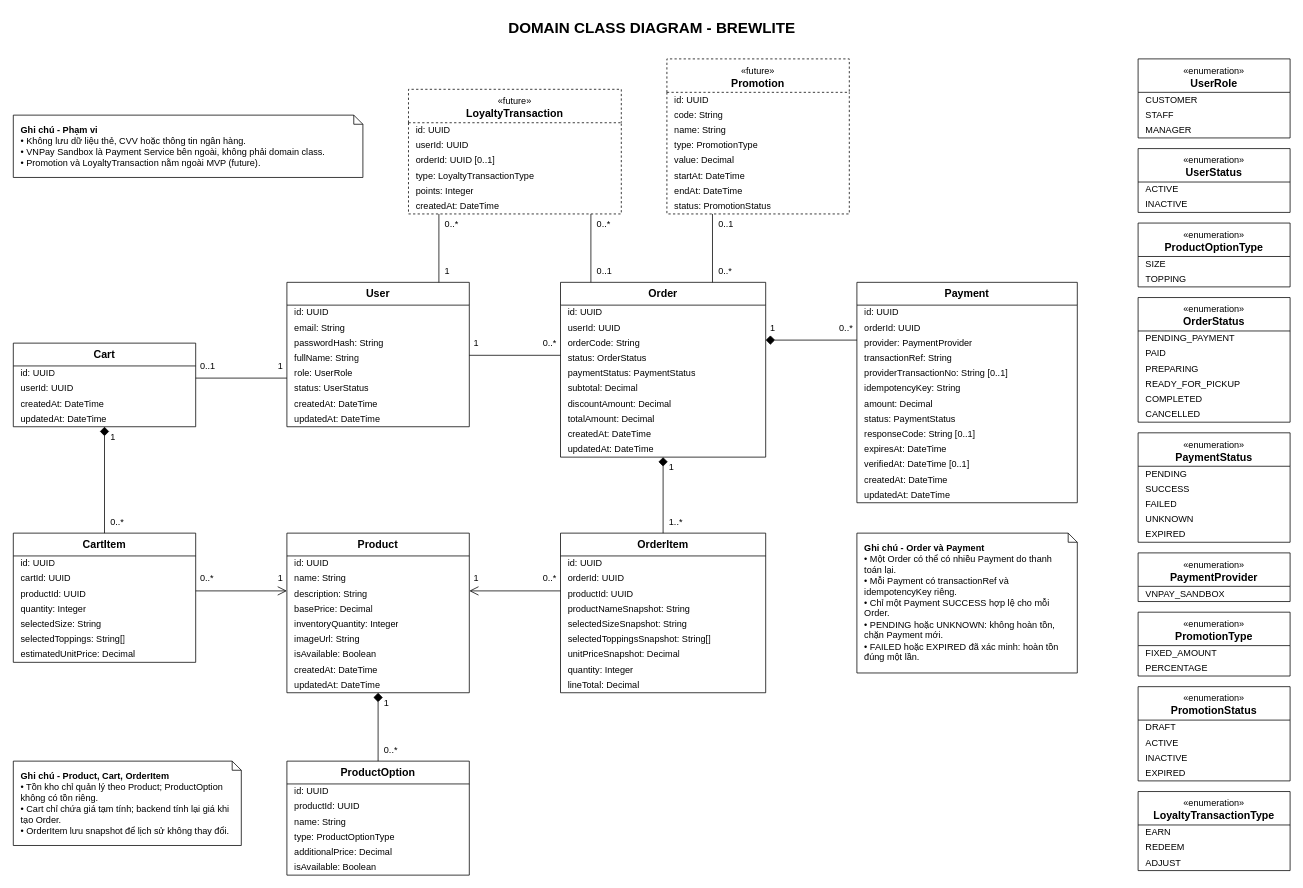
This is docs/diagrams/sources/domain-class.drawio from mhien06/BrewLite_A2, a draw.io file, before an edit. Source tidied: cells renumbered, new cells numbered last; positions are measured from the earlier drawing's top-left corner, leaving out a move shared by most shapes. Both pictures are drawn from the tidied source at 76%, with x=0, y=0 at pixel (13, 13).
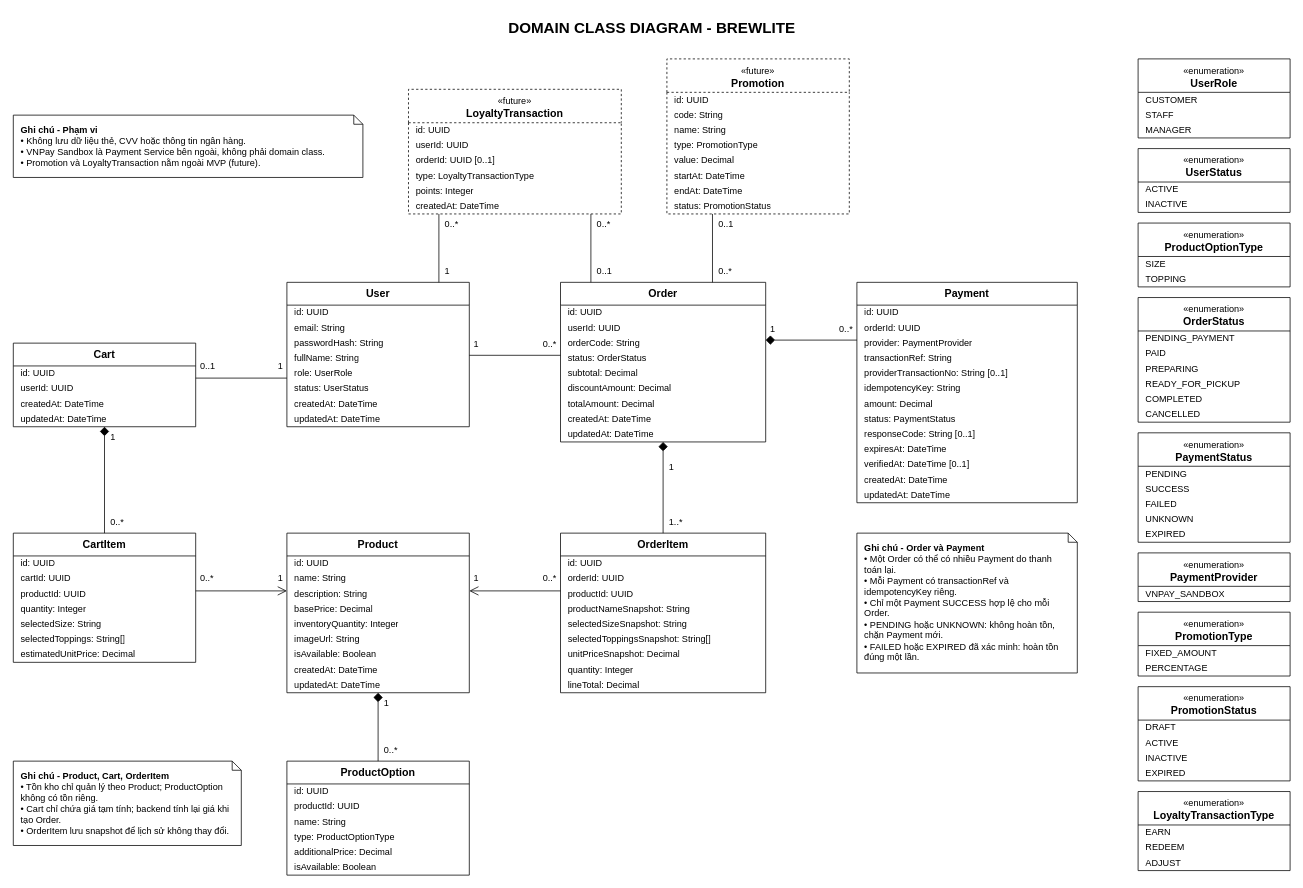
The same page after the edit.

Commit message (it also covers changes not shown here):
docs(task2.3): address domain class review feedback

Unchanged cells that the change refers to:
```xml
<mxCell id="3" value="User" style="swimlane;fontStyle=1;align=center;verticalAlign=top;horizontal=1;startSize=30;whiteSpace=wrap;html=1;fillColor=#FFFFFF;swimlaneFillColor=#FFFFFF;strokeColor=#000000;fontColor=#000000;fontSize=14;" parent="1" vertex="1">
  <mxGeometry x="360" y="354" width="240" height="190" as="geometry" />
</mxCell>
<mxCell id="63" value="Payment" style="swimlane;fontStyle=1;align=center;verticalAlign=top;horizontal=1;startSize=30;whiteSpace=wrap;html=1;fillColor=#FFFFFF;swimlaneFillColor=#FFFFFF;strokeColor=#000000;fontColor=#000000;fontSize=14;" parent="1" vertex="1">
  <mxGeometry x="1110" y="354" width="290" height="290" as="geometry" />
</mxCell>
```

Diff of the diagram source:
```diff
@@
     <mxCell id="42" value="Order" style="swimlane;fontStyle=1;align=center;verticalAlign=top;horizontal=1;startSize=30;whiteSpace=wrap;html=1;fillColor=#FFFFFF;swimlaneFillColor=#FFFFFF;strokeColor=#000000;fontColor=#000000;fontSize=14;" parent="1" vertex="1">
-      <mxGeometry x="720" y="354" width="270" height="230" as="geometry" />
+      <mxGeometry x="720" y="354" width="270" height="210" as="geometry" />
     </mxCell>
@@
-    <mxCell id="47" value="paymentStatus: PaymentStatus" style="text;strokeColor=none;fillColor=none;align=left;verticalAlign=middle;spacingLeft=8;spacingRight=4;overflow=hidden;whiteSpace=nowrap;html=1;fontSize=12;fontColor=#000000;" parent="42" vertex="1">
-      <mxGeometry y="110" width="270" height="20" as="geometry" />
-    </mxCell>
     <mxCell id="48" value="subtotal: Decimal" style="text;strokeColor=none;fillColor=none;align=left;verticalAlign=middle;spacingLeft=8;spacingRight=4;overflow=hidden;whiteSpace=nowrap;html=1;fontSize=12;fontColor=#000000;" parent="42" vertex="1">
-      <mxGeometry y="130" width="270" height="20" as="geometry" />
+      <mxGeometry y="110" width="270" height="20" as="geometry" />
     </mxCell>
     <mxCell id="49" value="discountAmount: Decimal" style="text;strokeColor=none;fillColor=none;align=left;verticalAlign=middle;spacingLeft=8;spacingRight=4;overflow=hidden;whiteSpace=nowrap;html=1;fontSize=12;fontColor=#000000;" parent="42" vertex="1">
-      <mxGeometry y="150" width="270" height="20" as="geometry" />
+      <mxGeometry y="130" width="270" height="20" as="geometry" />
     </mxCell>
     <mxCell id="50" value="totalAmount: Decimal" style="text;strokeColor=none;fillColor=none;align=left;verticalAlign=middle;spacingLeft=8;spacingRight=4;overflow=hidden;whiteSpace=nowrap;html=1;fontSize=12;fontColor=#000000;" parent="42" vertex="1">
-      <mxGeometry y="170" width="270" height="20" as="geometry" />
+      <mxGeometry y="150" width="270" height="20" as="geometry" />
     </mxCell>
     <mxCell id="51" value="createdAt: DateTime" style="text;strokeColor=none;fillColor=none;align=left;verticalAlign=middle;spacingLeft=8;spacingRight=4;overflow=hidden;whiteSpace=nowrap;html=1;fontSize=12;fontColor=#000000;" parent="42" vertex="1">
-      <mxGeometry y="190" width="270" height="20" as="geometry" />
+      <mxGeometry y="170" width="270" height="20" as="geometry" />
     </mxCell>
     <mxCell id="52" value="updatedAt: DateTime" style="text;strokeColor=none;fillColor=none;align=left;verticalAlign=middle;spacingLeft=8;spacingRight=4;overflow=hidden;whiteSpace=nowrap;html=1;fontSize=12;fontColor=#000000;" parent="42" vertex="1">
-      <mxGeometry y="210" width="270" height="20" as="geometry" />
+      <mxGeometry y="190" width="270" height="20" as="geometry" />
     </mxCell>
@@
-    <mxCell id="137" style="html=1;rounded=0;strokeColor=#000000;strokeWidth=1;startArrow=none;endArrow=none;exitX=1;exitY=0.505263;exitDx=0;exitDy=0;exitPerimeter=0;entryX=0;entryY=0.417391;entryDx=0;entryDy=0;entryPerimeter=0;" parent="1" edge="1" source="3" target="42">
-      <mxGeometry relative="1" as="geometry" />
+    <mxCell id="137" style="html=1;rounded=0;strokeColor=#000000;strokeWidth=1;startArrow=none;endArrow=none;exitX=1;exitY=0.505263;exitDx=0;exitDy=0;exitPerimeter=0;" parent="1" edge="1" source="3">
+      <mxGeometry relative="1" as="geometry">
+        <mxPoint x="720" y="450" as="targetPoint" />
+      </mxGeometry>
     </mxCell>
@@
-    <mxCell id="140" style="html=1;rounded=0;strokeColor=#000000;strokeWidth=1;startArrow=diamond;startFill=1;startSize=10;endArrow=none;exitX=1;exitY=0.330435;exitDx=0;exitDy=0;exitPerimeter=0;entryX=0;entryY=0.262069;entryDx=0;entryDy=0;entryPerimeter=0;" parent="1" edge="1" source="42" target="63">
-      <mxGeometry relative="1" as="geometry" />
+    <mxCell id="140" style="html=1;rounded=0;strokeColor=#000000;strokeWidth=1;startArrow=diamond;startFill=1;startSize=10;endArrow=none;entryX=0;entryY=0.262069;entryDx=0;entryDy=0;entryPerimeter=0;" parent="1" edge="1" target="63">
+      <mxGeometry relative="1" as="geometry">
+        <mxPoint x="990" y="430" as="sourcePoint" />
+      </mxGeometry>
     </mxCell>
@@
     <mxCell id="152" value="1" style="text;html=1;strokeColor=none;fillColor=none;align=left;verticalAlign=middle;whiteSpace=nowrap;overflow=visible;spacing=0;spacingLeft=0;spacingRight=0;fontSize=12;fontColor=#000000;" parent="1" vertex="1">
-      <mxGeometry x="606" y="426" width="18" height="16" as="geometry" />
+      <mxGeometry x="606" y="428" width="18" height="16" as="geometry" />
     </mxCell>
     <mxCell id="153" value="0..*" style="text;html=1;strokeColor=none;fillColor=none;align=right;verticalAlign=middle;whiteSpace=nowrap;overflow=visible;spacing=0;spacingLeft=0;spacingRight=0;fontSize=12;fontColor=#000000;" parent="1" vertex="1">
-      <mxGeometry x="678" y="426" width="36" height="16" as="geometry" />
+      <mxGeometry x="678" y="428" width="36" height="16" as="geometry" />
     </mxCell>
@@
     <mxCell id="158" value="1" style="text;html=1;strokeColor=none;fillColor=none;align=left;verticalAlign=middle;whiteSpace=nowrap;overflow=visible;spacing=0;spacingLeft=0;spacingRight=0;fontSize=12;fontColor=#000000;" parent="1" vertex="1">
-      <mxGeometry x="996" y="406" width="18" height="16" as="geometry" />
+      <mxGeometry x="996" y="408" width="18" height="16" as="geometry" />
     </mxCell>
     <mxCell id="159" value="0..*" style="text;html=1;strokeColor=none;fillColor=none;align=right;verticalAlign=middle;whiteSpace=nowrap;overflow=visible;spacing=0;spacingLeft=0;spacingRight=0;fontSize=12;fontColor=#000000;" parent="1" vertex="1">
-      <mxGeometry x="1068" y="406" width="36" height="16" as="geometry" />
+      <mxGeometry x="1068" y="408" width="36" height="16" as="geometry" />
     </mxCell>
```
